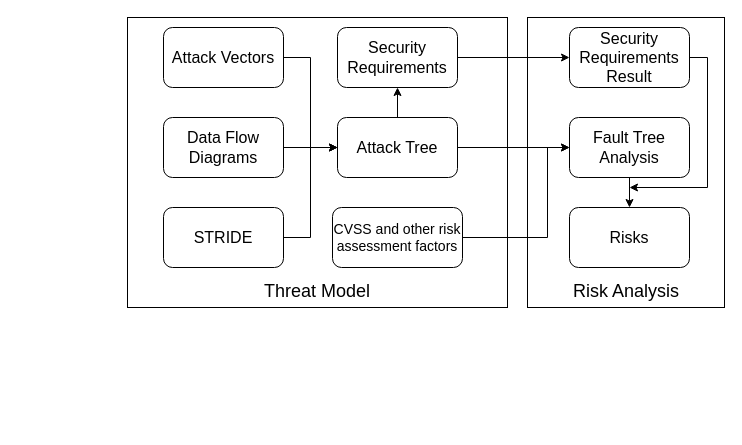
This is page "Attacks Methodology" (11 of 12) of assets/crypto-wallets.drawio from xujiahuayz/crypto-wallets, a draw.io file, before an edit. Source tidied: cells renumbered, new cells numbered last; positions are measured from the earlier drawing's top-left corner, leaving out a move shared by most shapes. Both pictures are drawn from the tidied source at 100%, with x=0, y=0 at pixel (127, 17).
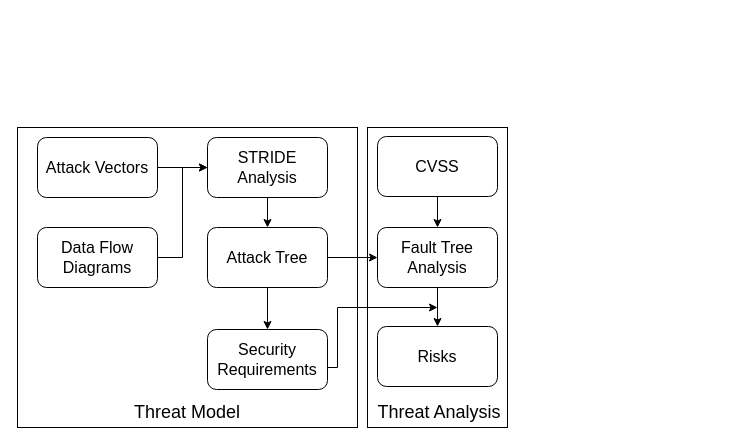
The same page after the edit.

What changed in the source:
```diff
@@
     <mxCell id="2" style="rounded=0;whiteSpace=wrap;html=1;" parent="1" vertex="1">
-      <mxGeometry x="400" width="197" height="290" as="geometry" />
+      <mxGeometry x="240" y="110" width="140" height="300" as="geometry" />
     </mxCell>
     <mxCell id="3" style="rounded=0;whiteSpace=wrap;html=1;" parent="1" vertex="1">
-      <mxGeometry width="380" height="290" as="geometry" />
+      <mxGeometry x="-110" y="110" width="340" height="300" as="geometry" />
     </mxCell>
-    <mxCell id="4" style="edgeStyle=orthogonalEdgeStyle;rounded=0;jettySize=auto;html=1;entryX=0;entryY=0.5;entryDx=0;entryDy=0;" parent="1" edge="1" source="5" target="12">
-      <mxGeometry relative="1" as="geometry" />
-    </mxCell>
+    <mxCell id="22" value="&lt;font style=&quot;font-size: 18px;&quot;&gt;Threat Model&lt;/font&gt;" style="text;html=1;strokeColor=none;fillColor=none;align=center;verticalAlign=middle;whiteSpace=wrap;rounded=0;" parent="1" vertex="1">
+      <mxGeometry x="-8.8" y="380" width="137.5" height="30" as="geometry" />
+    </mxCell>
+    <mxCell id="23" value="&lt;font style=&quot;font-size: 18px;&quot;&gt;Threat Analysis&lt;/font&gt;" style="text;html=1;strokeColor=none;fillColor=none;align=center;verticalAlign=middle;whiteSpace=wrap;rounded=0;" parent="1" vertex="1">
+      <mxGeometry x="242.5" y="380" width="137.5" height="30" as="geometry" />
+    </mxCell>
+    <mxCell id="24" style="edgeStyle=orthogonalEdgeStyle;rounded=0;jettySize=auto;html=1;entryX=0;entryY=0.5;entryDx=0;entryDy=0;" parent="1" edge="1" source="7" target="30">
+      <mxGeometry relative="1" as="geometry" />
+    </mxCell>
+    <mxCell id="7" value="&lt;font style=&quot;font-size: 16px;&quot;&gt;Data Flow Diagrams&lt;/font&gt;" style="rounded=1;whiteSpace=wrap;html=1;" parent="1" vertex="1">
+      <mxGeometry x="-90" y="210" width="120" height="60" as="geometry" />
+    </mxCell>
+    <mxCell id="25" style="edgeStyle=orthogonalEdgeStyle;rounded=0;jettySize=auto;html=1;" parent="1" edge="1" source="5" target="30">
+      <mxGeometry relative="1" as="geometry" />
+    </mxCell>
     <mxCell id="5" value="&lt;font style=&quot;font-size: 16px;&quot;&gt;Attack Vectors&lt;/font&gt;" style="rounded=1;whiteSpace=wrap;html=1;" parent="1" vertex="1">
-      <mxGeometry x="36" y="10" width="120" height="60" as="geometry" />
+      <mxGeometry x="-90" y="120" width="120" height="60" as="geometry" />
     </mxCell>
-    <mxCell id="6" style="edgeStyle=orthogonalEdgeStyle;rounded=0;jettySize=auto;html=1;" parent="1" edge="1" source="7" target="12">
-      <mxGeometry relative="1" as="geometry" />
-    </mxCell>
-    <mxCell id="7" value="&lt;font style=&quot;font-size: 16px;&quot;&gt;Data Flow Diagrams&lt;/font&gt;" style="rounded=1;whiteSpace=wrap;html=1;" parent="1" vertex="1">
-      <mxGeometry x="36" y="100" width="120" height="60" as="geometry" />
-    </mxCell>
-    <mxCell id="8" style="edgeStyle=orthogonalEdgeStyle;rounded=0;jettySize=auto;html=1;entryX=0;entryY=0.5;entryDx=0;entryDy=0;" parent="1" edge="1" source="9" target="12">
-      <mxGeometry relative="1" as="geometry" />
-    </mxCell>
-    <mxCell id="9" value="&lt;font style=&quot;font-size: 16px;&quot;&gt;STRIDE&lt;/font&gt;" style="rounded=1;whiteSpace=wrap;html=1;" parent="1" vertex="1">
-      <mxGeometry x="36" y="190" width="120" height="60" as="geometry" />
-    </mxCell>
+    <mxCell id="11" style="edgeStyle=orthogonalEdgeStyle;rounded=0;jettySize=auto;html=1;entryX=0.5;entryY=0;entryDx=0;entryDy=0;" parent="1" edge="1" source="12" target="14">
+      <mxGeometry relative="1" as="geometry" />
+    </mxCell>
@@
-    <mxCell id="11" style="edgeStyle=orthogonalEdgeStyle;rounded=0;jettySize=auto;html=1;entryX=0.5;entryY=1;entryDx=0;entryDy=0;" parent="1" edge="1" source="12" target="14">
-      <mxGeometry relative="1" as="geometry" />
-    </mxCell>
     <mxCell id="12" value="&lt;font style=&quot;font-size: 16px;&quot;&gt;Attack Tree&lt;/font&gt;" style="rounded=1;whiteSpace=wrap;html=1;" parent="1" vertex="1">
-      <mxGeometry x="210" y="100" width="120" height="60" as="geometry" />
+      <mxGeometry x="80" y="210" width="120" height="60" as="geometry" />
     </mxCell>
-    <mxCell id="13" style="edgeStyle=orthogonalEdgeStyle;rounded=0;jettySize=auto;html=1;entryX=0;entryY=0.5;entryDx=0;entryDy=0;" parent="1" edge="1" source="14" target="20">
-      <mxGeometry relative="1" as="geometry" />
-    </mxCell>
+    <mxCell id="26" style="edgeStyle=orthogonalEdgeStyle;rounded=0;jettySize=auto;html=1;" parent="1" edge="1" source="14">
+      <mxGeometry relative="1" as="geometry">
+        <mxPoint x="310" y="290" as="targetPoint" />
+        <Array as="points">
+          <mxPoint x="210" y="350" />
+          <mxPoint x="210" y="290" />
+        </Array>
+      </mxGeometry>
+    </mxCell>
     <mxCell id="14" value="&lt;font style=&quot;font-size: 16px;&quot;&gt;Security Requirements&lt;/font&gt;" style="rounded=1;whiteSpace=wrap;html=1;" parent="1" vertex="1">
-      <mxGeometry x="210" y="10" width="120" height="60" as="geometry" />
+      <mxGeometry x="80" y="312" width="120" height="60" as="geometry" />
     </mxCell>
-    <mxCell id="15" style="edgeStyle=orthogonalEdgeStyle;rounded=0;jettySize=auto;html=1;" parent="1" edge="1" source="16" target="21">
+    <mxCell id="15" style="edgeStyle=orthogonalEdgeStyle;rounded=0;jettySize=auto;html=1;entryX=0.5;entryY=0;entryDx=0;entryDy=0;" parent="1" edge="1" source="16" target="21">
       <mxGeometry relative="1" as="geometry" />
     </mxCell>
     <mxCell id="16" value="&lt;font style=&quot;font-size: 16px;&quot;&gt;Fault Tree Analysis&lt;/font&gt;" style="rounded=1;whiteSpace=wrap;html=1;" parent="1" vertex="1">
-      <mxGeometry x="442" y="100" width="120" height="60" as="geometry" />
+      <mxGeometry x="250" y="210" width="120" height="60" as="geometry" />
     </mxCell>
-    <mxCell id="17" style="edgeStyle=orthogonalEdgeStyle;rounded=0;jettySize=auto;html=1;entryX=0;entryY=0.5;entryDx=0;entryDy=0;" parent="1" edge="1" source="18" target="16">
-      <mxGeometry relative="1" as="geometry">
-        <Array as="points">
-          <mxPoint x="420" y="220" />
-          <mxPoint x="420" y="130" />
-        </Array>
-      </mxGeometry>
-    </mxCell>
-    <mxCell id="18" value="&lt;font style=&quot;font-size: 14px;&quot;&gt;CVSS and other risk assessment factors&lt;/font&gt;" style="rounded=1;whiteSpace=wrap;html=1;" parent="1" vertex="1">
-      <mxGeometry x="205" y="190" width="130" height="60" as="geometry" />
-    </mxCell>
-    <mxCell id="19" style="edgeStyle=orthogonalEdgeStyle;rounded=0;jettySize=auto;html=1;exitX=1;exitY=0.5;exitDx=0;exitDy=0;" parent="1" edge="1" source="20">
-      <mxGeometry relative="1" as="geometry">
-        <mxPoint x="502" y="170" as="targetPoint" />
-        <Array as="points">
-          <mxPoint x="580" y="40" />
-          <mxPoint x="580" y="170" />
-        </Array>
-      </mxGeometry>
-    </mxCell>
-    <mxCell id="20" value="&lt;font style=&quot;font-size: 16px;&quot;&gt;Security Requirements Result&lt;/font&gt;" style="rounded=1;whiteSpace=wrap;html=1;" parent="1" vertex="1">
-      <mxGeometry x="442" y="10" width="120" height="60" as="geometry" />
-    </mxCell>
+    <mxCell id="27" style="edgeStyle=orthogonalEdgeStyle;rounded=0;jettySize=auto;html=1;entryX=0.5;entryY=0;entryDx=0;entryDy=0;" parent="1" edge="1" source="28" target="16">
+      <mxGeometry relative="1" as="geometry" />
+    </mxCell>
+    <mxCell id="28" value="&lt;font style=&quot;font-size: 16px;&quot;&gt;CVSS&lt;/font&gt;" style="rounded=1;whiteSpace=wrap;html=1;" parent="1" vertex="1">
+      <mxGeometry x="250" y="119" width="120" height="60" as="geometry" />
+    </mxCell>
     <mxCell id="21" value="&lt;font style=&quot;font-size: 16px;&quot;&gt;Risks&lt;/font&gt;" style="rounded=1;whiteSpace=wrap;html=1;" parent="1" vertex="1">
-      <mxGeometry x="442" y="190" width="120" height="60" as="geometry" />
+      <mxGeometry x="250" y="309" width="120" height="60" as="geometry" />
     </mxCell>
-    <mxCell id="22" value="&lt;font style=&quot;font-size: 18px;&quot;&gt;Threat Model&lt;/font&gt;" style="text;html=1;strokeColor=none;fillColor=none;align=center;verticalAlign=middle;whiteSpace=wrap;rounded=0;" parent="1" vertex="1">
-      <mxGeometry x="121.2" y="259" width="137.5" height="30" as="geometry" />
-    </mxCell>
-    <mxCell id="23" value="&lt;font style=&quot;font-size: 18px;&quot;&gt;Risk Analysis&lt;/font&gt;" style="text;html=1;strokeColor=none;fillColor=none;align=center;verticalAlign=middle;whiteSpace=wrap;rounded=0;" parent="1" vertex="1">
-      <mxGeometry x="429.8" y="259" width="137.5" height="30" as="geometry" />
-    </mxCell>
+    <mxCell id="29" style="edgeStyle=orthogonalEdgeStyle;rounded=0;jettySize=auto;html=1;entryX=0.5;entryY=0;entryDx=0;entryDy=0;" parent="1" edge="1" source="30" target="12">
+      <mxGeometry relative="1" as="geometry" />
+    </mxCell>
+    <mxCell id="30" value="&lt;font style=&quot;font-size: 16px;&quot;&gt;STRIDE&lt;br&gt;Analysis&lt;br&gt;&lt;/font&gt;" style="rounded=1;whiteSpace=wrap;html=1;" parent="1" vertex="1">
+      <mxGeometry x="80" y="120" width="120" height="60" as="geometry" />
+    </mxCell>
```
